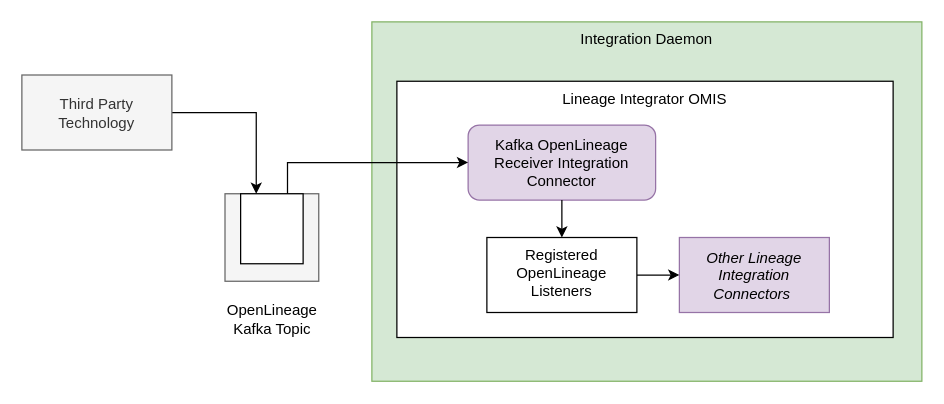
odpi/egeria-docs keeps this draw.io diagram as page "open-lineage-event-receiver-integration-connector" (9 of 15) of site/docs/connectors/connector-catalog.drawio. Above is the earlier version. Source tidied: cells renumbered, new cells numbered last; positions are measured from the earlier drawing's top-left corner, leaving out a move shared by most shapes. Both pictures are drawn from the tidied source at 125%, with x=0, y=0 at pixel (21, 21).
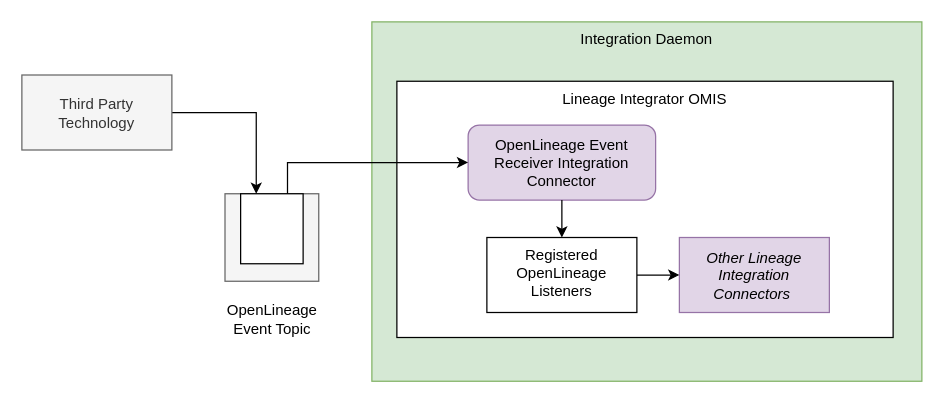
After the change.

What changed in the source:
```diff
@@
 <mxGraphModel>
   <root>
     <mxCell id="0" />
     <mxCell id="1" parent="0" />
     <mxCell id="2" value="Integration Daemon" style="rounded=0;whiteSpace=wrap;html=1;verticalAlign=top;fillColor=#d5e8d4;strokeColor=#82b366;" parent="1" vertex="1">
       <mxGeometry x="280" width="440" height="287.5" as="geometry" />
     </mxCell>
     <mxCell id="3" value="Lineage Integrator OMIS" style="rounded=0;whiteSpace=wrap;html=1;verticalAlign=top;" parent="1" vertex="1">
       <mxGeometry x="300" y="47.5" width="397" height="205" as="geometry" />
     </mxCell>
-    <mxCell id="4" value="Kafka OpenLineage Receiver Integration Connector" style="rounded=1;whiteSpace=wrap;html=1;fillColor=#e1d5e7;strokeColor=#9673a6;" parent="1" vertex="1">
+    <mxCell id="4" value="OpenLineage Event Receiver Integration Connector" style="rounded=1;whiteSpace=wrap;html=1;fillColor=#e1d5e7;strokeColor=#9673a6;" parent="1" vertex="1">
       <mxGeometry x="357" y="82.5" width="150" height="60" as="geometry" />
     </mxCell>
     <mxCell id="5" style="edgeStyle=orthogonalEdgeStyle;rounded=0;jettySize=auto;html=1;" parent="1" edge="1" source="4" target="8">
       <mxGeometry relative="1" as="geometry" />
     </mxCell>
     <mxCell id="6" value="&lt;i&gt;Other Lineage Integration Connectors&amp;nbsp;&lt;/i&gt;" style="rounded=0;whiteSpace=wrap;html=1;shadow=0;fillColor=#e1d5e7;strokeColor=#9673a6;" parent="1" vertex="1">
       <mxGeometry x="526" y="172.5" width="120" height="60" as="geometry" />
     </mxCell>
     <mxCell id="7" style="edgeStyle=orthogonalEdgeStyle;rounded=0;sketch=0;jettySize=auto;html=1;entryX=0;entryY=0.5;entryDx=0;entryDy=0;shadow=0;exitX=1;exitY=0.5;exitDx=0;exitDy=0;" parent="1" edge="1" source="8" target="6">
       <mxGeometry relative="1" as="geometry" />
     </mxCell>
     <mxCell id="8" value="Registered OpenLineage Listeners" style="rounded=0;whiteSpace=wrap;html=1;shadow=0;verticalAlign=top;" parent="1" vertex="1">
       <mxGeometry x="372" y="172.5" width="120" height="60" as="geometry" />
     </mxCell>
     <mxCell id="9" style="group;" parent="1" vertex="1">
       <mxGeometry x="162.5" y="137.5" width="75" height="70" as="geometry" />
     </mxCell>
     <mxCell id="10" style="rounded=0;whiteSpace=wrap;html=1;fontFamily=Helvetica;fontSize=12;fontColor=#333333;align=center;fillColor=#f5f5f5;strokeColor=#666666;" parent="9" vertex="1">
       <mxGeometry width="75" height="70" as="geometry" />
     </mxCell>
     <mxCell id="11" style="rounded=0;whiteSpace=wrap;html=1;fontFamily=Helvetica;fontSize=12;fontColor=#000000;align=center;" parent="9" vertex="1">
       <mxGeometry x="12.5" width="50" height="56" as="geometry" />
     </mxCell>
-    <mxCell id="12" value="OpenLineage&lt;br&gt;Kafka Topic" style="text;html=1;align=center;verticalAlign=middle;strokeColor=none;fontSize=12;fontFamily=Helvetica;fontColor=#000000;" parent="1" vertex="1">
+    <mxCell id="12" value="OpenLineage&lt;br&gt;Event Topic" style="text;html=1;align=center;verticalAlign=middle;strokeColor=none;fontSize=12;fontFamily=Helvetica;fontColor=#000000;" parent="1" vertex="1">
       <mxGeometry x="155" y="222.5" width="90" height="30" as="geometry" />
     </mxCell>
     <mxCell id="13" style="edgeStyle=orthogonalEdgeStyle;rounded=0;sketch=0;jettySize=auto;html=1;entryX=0;entryY=0.5;entryDx=0;entryDy=0;shadow=0;startArrow=none;startFill=0;exitX=0.75;exitY=0;exitDx=0;exitDy=0;" parent="1" edge="1" source="11" target="4">
       <mxGeometry relative="1" as="geometry" />
     </mxCell>
     <mxCell id="14" style="edgeStyle=orthogonalEdgeStyle;rounded=0;sketch=0;jettySize=auto;html=1;entryX=0.25;entryY=0;entryDx=0;entryDy=0;shadow=0;startArrow=none;startFill=0;" parent="1" edge="1" source="15" target="11">
       <mxGeometry relative="1" as="geometry" />
     </mxCell>
     <mxCell id="15" value="Third Party Technology" style="rounded=0;whiteSpace=wrap;html=1;shadow=0;verticalAlign=middle;fillColor=#f5f5f5;strokeColor=#666666;fontColor=#333333;" parent="1" vertex="1">
       <mxGeometry y="42.5" width="120" height="60" as="geometry" />
     </mxCell>
   </root>
 </mxGraphModel>
```
